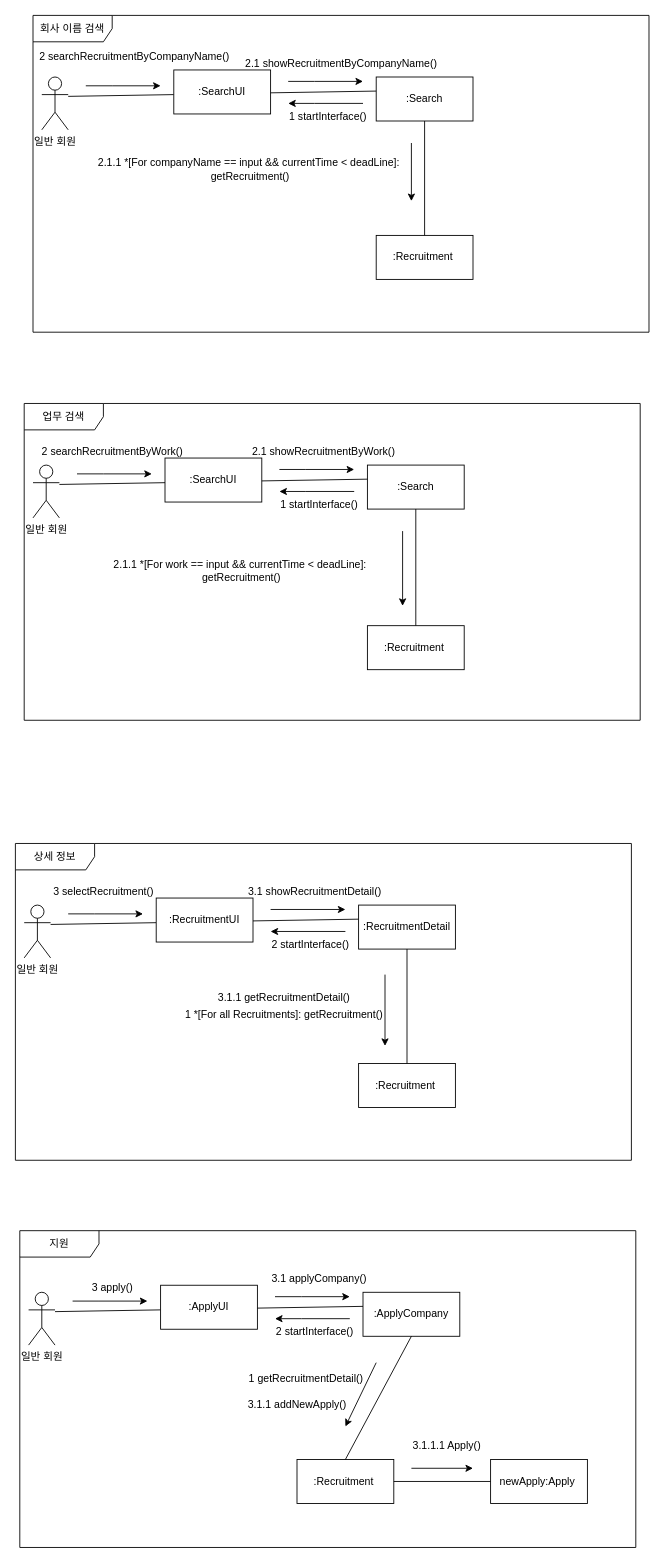
This is communication_diagram/communication_diagram_김규철.drawio from hjee02018/RecruitSystem, a draw.io file, before an edit. Source tidied: cells renumbered, new cells numbered last; positions are measured from the earlier drawing's top-left corner, leaving out a move shared by most shapes. Both pictures are drawn from the tidied source at 88%, with x=0, y=0 at pixel (15, 15).
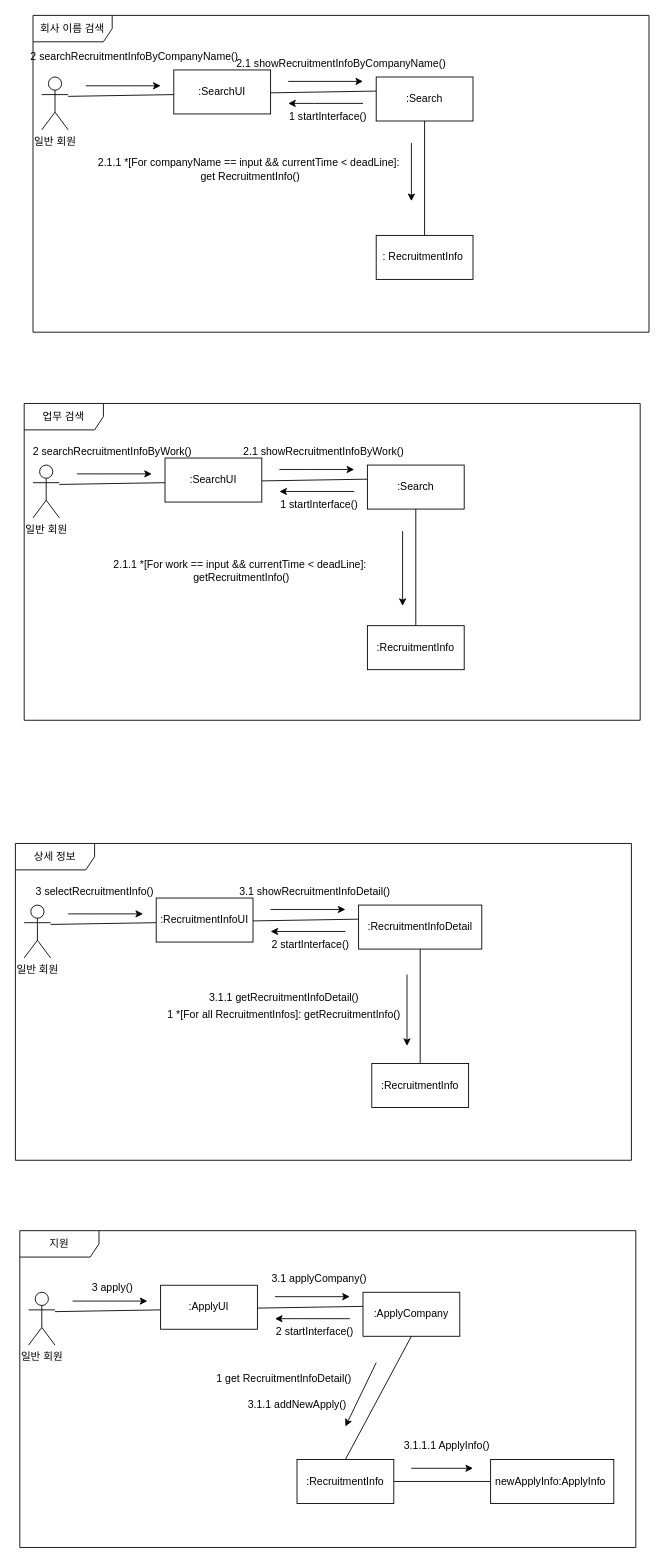
The same page after the edit.

Commit message:
communication_diagram 수정

What changed in the source:
```diff
@@
-    <mxCell id="8" value=":Recruitment&amp;nbsp;" style="html=1;whiteSpace=wrap;" parent="1" vertex="1">
+    <mxCell id="8" value=":&amp;nbsp;RecruitmentInfo&amp;nbsp;" style="html=1;whiteSpace=wrap;" parent="1" vertex="1">
       <mxGeometry x="410" y="250" width="110" height="50" as="geometry" />
     </mxCell>
@@
-    <mxCell id="12" value="2.1.1 *[For companyName == input &amp;amp;&amp;amp; currentTime &amp;lt; deadLine]:&lt;br&gt;&amp;nbsp;getRecruitment()" style="text;html=1;align=center;verticalAlign=middle;strokeColor=none;fillColor=none;" parent="1" vertex="1">
+    <mxCell id="12" value="2.1.1 *[For companyName == input &amp;amp;&amp;amp; currentTime &amp;lt; deadLine]:&lt;br&gt;&amp;nbsp;get&amp;nbsp;RecruitmentInfo()" style="text;html=1;align=center;verticalAlign=middle;strokeColor=none;fillColor=none;" parent="1" vertex="1">
       <mxGeometry x="80" y="155" width="370" height="40" as="geometry" />
     </mxCell>
@@
-    <mxCell id="16" value="2 searchRecruitmentByCompanyName()" style="text;html=1;align=center;verticalAlign=middle;strokeColor=none;fillColor=none;" parent="1" vertex="1">
-      <mxGeometry x="15" y="32" width="240" height="30" as="geometry" />
+    <mxCell id="16" value="2 searchRecruitmentInfoByCompanyName()" style="text;html=1;align=center;verticalAlign=middle;strokeColor=none;fillColor=none;" parent="1" vertex="1">
+      <mxGeometry x="5" y="32" width="260" height="30" as="geometry" />
     </mxCell>
-    <mxCell id="17" value="2.1 showRecruitmentByCompanyName()" style="text;html=1;align=center;verticalAlign=middle;strokeColor=none;fillColor=none;" parent="1" vertex="1">
-      <mxGeometry x="250" y="40" width="240" height="30" as="geometry" />
+    <mxCell id="17" value="2.1 showRecruitmentInfoByCompanyName()" style="text;html=1;align=center;verticalAlign=middle;strokeColor=none;fillColor=none;" parent="1" vertex="1">
+      <mxGeometry x="240" y="40" width="260" height="30" as="geometry" />
     </mxCell>
@@
-    <mxCell id="25" value=":Recruitment&amp;nbsp;" style="html=1;whiteSpace=wrap;" parent="1" vertex="1">
+    <mxCell id="25" value=":RecruitmentInfo" style="html=1;whiteSpace=wrap;" parent="1" vertex="1">
       <mxGeometry x="400" y="693.5" width="110" height="50" as="geometry" />
     </mxCell>
@@
-    <mxCell id="32" value="2 searchRecruitmentByWork()" style="text;html=1;align=center;verticalAlign=middle;strokeColor=none;fillColor=none;" parent="1" vertex="1">
-      <mxGeometry x="20" y="481" width="180" height="30" as="geometry" />
+    <mxCell id="32" value="2 searchRecruitmentInfoByWork()" style="text;html=1;align=center;verticalAlign=middle;strokeColor=none;fillColor=none;" parent="1" vertex="1">
+      <mxGeometry x="10" y="481" width="200" height="30" as="geometry" />
     </mxCell>
-    <mxCell id="33" value="2.1 showRecruitmentByWork()" style="text;html=1;align=center;verticalAlign=middle;strokeColor=none;fillColor=none;" parent="1" vertex="1">
-      <mxGeometry x="255" y="481" width="190" height="30" as="geometry" />
+    <mxCell id="33" value="2.1 showRecruitmentInfoByWork()" style="text;html=1;align=center;verticalAlign=middle;strokeColor=none;fillColor=none;" parent="1" vertex="1">
+      <mxGeometry x="245" y="481" width="210" height="30" as="geometry" />
     </mxCell>
@@
-    <mxCell id="37" value=":RecruitmentUI" style="html=1;whiteSpace=wrap;" parent="1" vertex="1">
+    <mxCell id="37" value=":RecruitmentInfoUI" style="html=1;whiteSpace=wrap;" parent="1" vertex="1">
       <mxGeometry x="160" y="1003" width="110" height="50" as="geometry" />
     </mxCell>
-    <mxCell id="38" value=":RecruitmentDetail" style="html=1;whiteSpace=wrap;" parent="1" vertex="1">
-      <mxGeometry x="390" y="1011" width="110" height="50" as="geometry" />
+    <mxCell id="38" value=":RecruitmentInfoDetail" style="html=1;whiteSpace=wrap;" parent="1" vertex="1">
+      <mxGeometry x="390" y="1011" width="140" height="50" as="geometry" />
     </mxCell>
@@
-    <mxCell id="41" value=":Recruitment&amp;nbsp;" style="html=1;whiteSpace=wrap;" parent="1" vertex="1">
-      <mxGeometry x="390" y="1191" width="110" height="50" as="geometry" />
+    <mxCell id="41" value=":RecruitmentInfo" style="html=1;whiteSpace=wrap;" parent="1" vertex="1">
+      <mxGeometry x="405" y="1191" width="110" height="50" as="geometry" />
     </mxCell>
@@
     <mxCell id="44" style="endArrow=classic;html=1;rounded=0;" parent="1" edge="1">
       <mxGeometry relative="1" as="geometry">
-        <mxPoint x="420" y="1090" as="sourcePoint" />
-        <mxPoint x="420" y="1171" as="targetPoint" />
+        <mxPoint x="445" y="1090" as="sourcePoint" />
+        <mxPoint x="445" y="1171" as="targetPoint" />
       </mxGeometry>
     </mxCell>
-    <mxCell id="45" value="1 *[For all&amp;nbsp;Recruitments]: getRecruitment()" style="text;html=1;align=center;verticalAlign=middle;strokeColor=none;fillColor=none;" parent="1" vertex="1">
-      <mxGeometry x="180" y="1121" width="250" height="30" as="geometry" />
+    <mxCell id="45" value="1 *[For all&amp;nbsp;RecruitmentInfos]: getRecruitmentInfo()" style="text;html=1;align=center;verticalAlign=middle;strokeColor=none;fillColor=none;" parent="1" vertex="1">
+      <mxGeometry x="160" y="1121" width="290" height="30" as="geometry" />
     </mxCell>
@@
-    <mxCell id="49" value="3 selectRecruitment()" style="text;html=1;align=center;verticalAlign=middle;strokeColor=none;fillColor=none;" parent="1" vertex="1">
-      <mxGeometry x="30" y="981" width="140" height="30" as="geometry" />
+    <mxCell id="49" value="3 selectRecruitmentInfo()" style="text;html=1;align=center;verticalAlign=middle;strokeColor=none;fillColor=none;" parent="1" vertex="1">
+      <mxGeometry x="10" y="981" width="160" height="30" as="geometry" />
     </mxCell>
-    <mxCell id="50" value="3.1 showRecruitmentDetail()" style="text;html=1;align=center;verticalAlign=middle;strokeColor=none;fillColor=none;" parent="1" vertex="1">
-      <mxGeometry x="255" y="981" width="170" height="30" as="geometry" />
+    <mxCell id="50" value="3.1 showRecruitmentInfoDetail()" style="text;html=1;align=center;verticalAlign=middle;strokeColor=none;fillColor=none;" parent="1" vertex="1">
+      <mxGeometry x="245" y="981" width="190" height="30" as="geometry" />
     </mxCell>
@@
-    <mxCell id="52" value="3.1.1 getRecruitmentDetail()" style="text;html=1;align=center;verticalAlign=middle;strokeColor=none;fillColor=none;" parent="1" vertex="1">
-      <mxGeometry x="220" y="1101" width="170" height="30" as="geometry" />
+    <mxCell id="52" value="3.1.1 getRecruitmentInfoDetail()" style="text;html=1;align=center;verticalAlign=middle;strokeColor=none;fillColor=none;" parent="1" vertex="1">
+      <mxGeometry x="210" y="1101" width="190" height="30" as="geometry" />
     </mxCell>
@@
-    <mxCell id="59" value=":Recruitment&amp;nbsp;" style="html=1;whiteSpace=wrap;" parent="1" vertex="1">
+    <mxCell id="59" value=":RecruitmentInfo" style="html=1;whiteSpace=wrap;" parent="1" vertex="1">
       <mxGeometry x="320" y="1641" width="110" height="50" as="geometry" />
     </mxCell>
@@
-    <mxCell id="69" value="1 getRecruitmentDetail()" style="text;html=1;align=center;verticalAlign=middle;strokeColor=none;fillColor=none;" parent="1" vertex="1">
-      <mxGeometry x="255" y="1533.5" width="150" height="30" as="geometry" />
+    <mxCell id="69" value="1 get&amp;nbsp;RecruitmentInfoDetail()" style="text;html=1;align=center;verticalAlign=middle;strokeColor=none;fillColor=none;" parent="1" vertex="1">
+      <mxGeometry x="215" y="1533.5" width="180" height="30" as="geometry" />
     </mxCell>
-    <mxCell id="70" value="2.1.1 *[For work == input &amp;amp;&amp;amp; currentTime &amp;lt; deadLine]:&lt;br&gt;&amp;nbsp;getRecruitment()" style="text;html=1;align=center;verticalAlign=middle;strokeColor=none;fillColor=none;" parent="1" vertex="1">
+    <mxCell id="70" value="2.1.1 *[For work == input &amp;amp;&amp;amp; currentTime &amp;lt; deadLine]:&lt;br&gt;&amp;nbsp;getRecruitmentInfo()" style="text;html=1;align=center;verticalAlign=middle;strokeColor=none;fillColor=none;" parent="1" vertex="1">
       <mxGeometry x="100" y="611" width="310" height="40" as="geometry" />
     </mxCell>
-    <mxCell id="71" value="newApply:Apply&amp;nbsp;" style="html=1;whiteSpace=wrap;" parent="1" vertex="1">
-      <mxGeometry x="540" y="1641" width="110" height="50" as="geometry" />
+    <mxCell id="71" value="newApplyInfo:ApplyInfo&amp;nbsp;" style="html=1;whiteSpace=wrap;" parent="1" vertex="1">
+      <mxGeometry x="540" y="1641" width="140" height="50" as="geometry" />
     </mxCell>
@@
-    <mxCell id="75" value="3.1.1.1 Apply()" style="text;html=1;align=center;verticalAlign=middle;strokeColor=none;fillColor=none;" parent="1" vertex="1">
-      <mxGeometry x="440" y="1611" width="100" height="30" as="geometry" />
+    <mxCell id="75" value="3.1.1.1 ApplyInfo()" style="text;html=1;align=center;verticalAlign=middle;strokeColor=none;fillColor=none;" parent="1" vertex="1">
+      <mxGeometry x="430" y="1611" width="120" height="30" as="geometry" />
     </mxCell>
```
